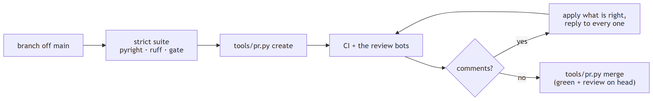
The Mermaid diagram docs/figures/diagrams/contributing_pr_flow.png in myersben9/fdia-graph, before a commit. Its source is kept beside it as docs/figures/diagrams/contributing_pr_flow.mmd.
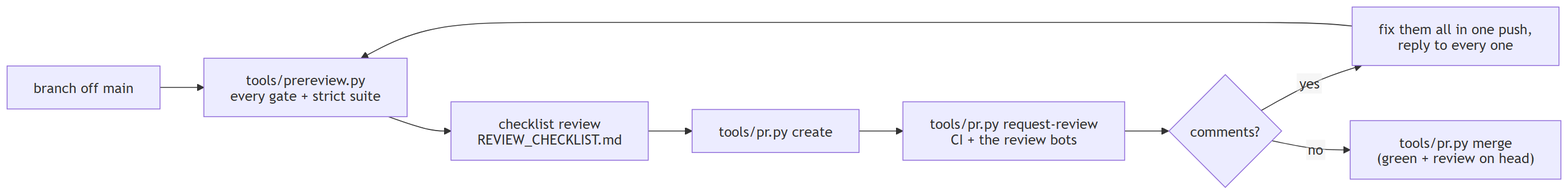
Above is the later version.

Commit message:
A local review gate and checklist before the automated review (#152)

The edit, as a diff of the source:
```diff
@@ -1,8 +1,9 @@
 flowchart LR
-    A[branch off main] --> B[strict suite<br/>pyright · ruff · gate]
-    B --> C["tools/pr.py create"]
-    C --> D[CI + the review bots]
-    D --> E{comments?}
-    E -- yes --> F[apply what is right,<br/>reply to every one]
-    F --> D
-    E -- no --> G["tools/pr.py merge<br/>(green + review on head)"]
+    A[branch off main] --> B["tools/prereview.py<br/>every gate + strict suite"]
+    B --> C[checklist review<br/>REVIEW_CHECKLIST.md]
+    C --> D["tools/pr.py create"]
+    D --> E["tools/pr.py request-review<br/>CI + the review bots"]
+    E --> F{comments?}
+    F -- yes --> G[fix them all in one push,<br/>reply to every one]
+    G --> B
+    F -- no --> H["tools/pr.py merge<br/>(green + review on head)"]
```
